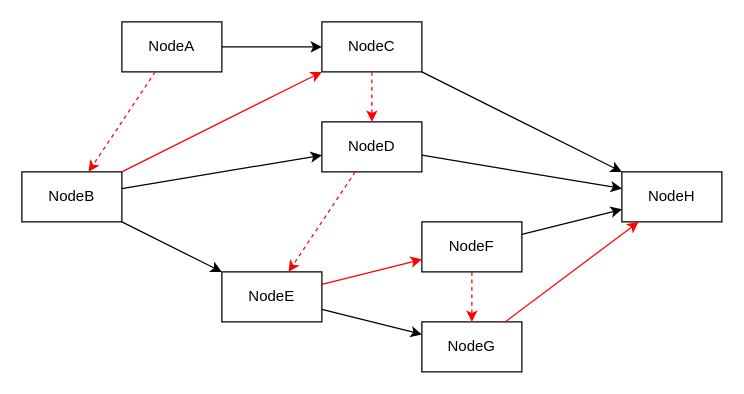
The draw.io diagram page "chain-sync" (7 of 8) of docs/source/coframework.drawio in feng1st/coframework, before the edit. Source tidied: cells renumbered, new cells numbered last; positions are measured from the earlier drawing's top-left corner, leaving out a move shared by most shapes. Both pictures are drawn from the tidied source at 125%, with x=0, y=0 at pixel (21, 21).
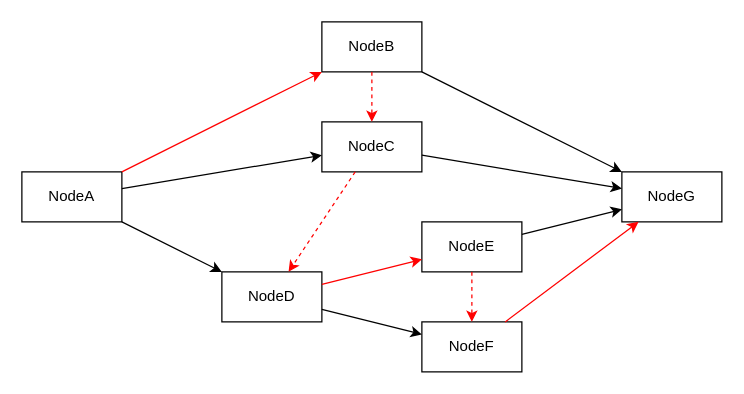
The same page after the edit.

Diff of the diagram source:
```diff
@@
-    <mxCell id="2" value="NodeA" style="rounded=0;whiteSpace=wrap;html=1;" parent="1" vertex="1">
-      <mxGeometry x="80" width="80" height="40" as="geometry" />
-    </mxCell>
-    <mxCell id="3" value="NodeB" style="rounded=0;whiteSpace=wrap;html=1;" parent="1" vertex="1">
+    <mxCell id="3" value="NodeA" style="rounded=0;whiteSpace=wrap;html=1;" parent="1" vertex="1">
       <mxGeometry y="120" width="80" height="40" as="geometry" />
     </mxCell>
-    <mxCell id="4" value="NodeC" style="rounded=0;whiteSpace=wrap;html=1;" parent="1" vertex="1">
+    <mxCell id="4" value="NodeB" style="rounded=0;whiteSpace=wrap;html=1;" parent="1" vertex="1">
       <mxGeometry x="240" width="80" height="40" as="geometry" />
     </mxCell>
-    <mxCell id="5" value="NodeD" style="rounded=0;whiteSpace=wrap;html=1;" parent="1" vertex="1">
+    <mxCell id="5" value="NodeC" style="rounded=0;whiteSpace=wrap;html=1;" parent="1" vertex="1">
       <mxGeometry x="240" y="80" width="80" height="40" as="geometry" />
     </mxCell>
-    <mxCell id="6" value="NodeE" style="rounded=0;whiteSpace=wrap;html=1;" parent="1" vertex="1">
+    <mxCell id="6" value="NodeD" style="rounded=0;whiteSpace=wrap;html=1;" parent="1" vertex="1">
       <mxGeometry x="160" y="200" width="80" height="40" as="geometry" />
     </mxCell>
-    <mxCell id="7" value="NodeF" style="rounded=0;whiteSpace=wrap;html=1;" parent="1" vertex="1">
+    <mxCell id="7" value="NodeE" style="rounded=0;whiteSpace=wrap;html=1;" parent="1" vertex="1">
       <mxGeometry x="320" y="160" width="80" height="40" as="geometry" />
     </mxCell>
-    <mxCell id="8" value="NodeG" style="rounded=0;whiteSpace=wrap;html=1;" parent="1" vertex="1">
+    <mxCell id="8" value="NodeF" style="rounded=0;whiteSpace=wrap;html=1;" parent="1" vertex="1">
       <mxGeometry x="320" y="240" width="80" height="40" as="geometry" />
     </mxCell>
-    <mxCell id="9" value="NodeH" style="rounded=0;whiteSpace=wrap;html=1;" parent="1" vertex="1">
+    <mxCell id="9" value="NodeG" style="rounded=0;whiteSpace=wrap;html=1;" parent="1" vertex="1">
       <mxGeometry x="480" y="120" width="80" height="40" as="geometry" />
     </mxCell>
-    <mxCell id="10" style="edgeStyle=none;jettySize=auto;html=1;rounded=0;" parent="1" edge="1" source="2" target="4">
-      <mxGeometry relative="1" as="geometry" />
-    </mxCell>
@@
-    <mxCell id="20" style="edgeStyle=none;jettySize=auto;html=1;rounded=0;dashed=1;strokeColor=#FF0000;" parent="1" edge="1" source="2" target="3">
-      <mxGeometry relative="1" as="geometry" />
-    </mxCell>
```
